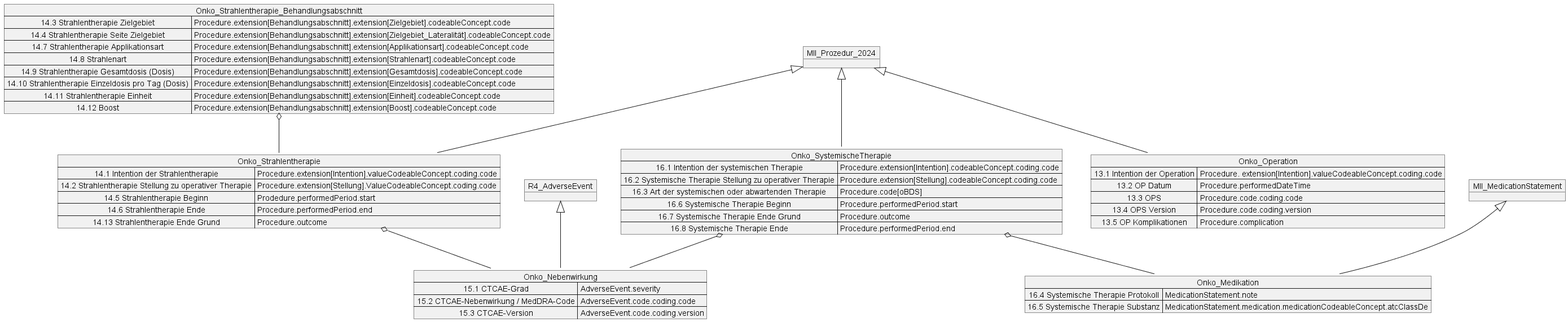
The PlantUML diagram information_model/MII_Onko_13-16_Prozeduren.png in medizininformatik-initiative/kerndatensatzmodul-onkologie, before a commit. Its diagram source:
```plantuml
@startuml MII KDS Erweiterungsmodul Onkologie
object MII_Prozedur_2024
Map Onko_Operation {
13.1 Intention der Operation => Procedure. extension[Intention].valueCodeableConcept.coding.code
13.2 OP Datum => Procedure.performedDateTime
13.3 OPS => Procedure.code.coding.code
13.4 OPS Version=> Procedure.code.coding.version
13.5 OP Komplikationen => Procedure.complication
}
Map Onko_Strahlentherapie {
14.1 Intention der Strahlentherapie => Procedure.extension[Intention].valueCodeableConcept.coding.code
14.2 Strahlentherapie Stellung zu operativer Therapie => Procedure.extension[Stellung].ValueCodeableConcept.coding.code

14.5 Strahlentherapie Beginn => Prodedure.performedPeriod.start
14.6 Strahlentherapie Ende =>Procedure.performedPeriod.end
14.13 Strahlentherapie Ende Grund => Procedure.outcome
}

Map Onko_Strahlentherapie_Behandlungsabschnitt {
14.3 Strahlentherapie Zielgebiet => Procedure.extension[Behandlungsabschnitt].extension[Zielgebiet].codeableConcept.code
14.4 Strahlentherapie Seite Zielgebiet => Procedure.extension[Behandlungsabschnitt].extension[Zielgebiet_Lateralität].codeableConcept.code
14.7 Strahlentherapie Applikationsart => Procedure.extension[Behandlungsabschnitt].extension[Applikationsart].codeableConcept.code
14.8 Strahlenart => Procedure.extension[Behandlungsabschnitt].extension[Strahlenart].codeableConcept.code
14.9 Strahlentherapie Gesamtdosis (Dosis) => Procedure.extension[Behandlungsabschnitt].extension[Gesamtdosis].codeableConcept.code
14.10 Strahlentherapie Einzeldosis pro Tag (Dosis) =>Procedure.extension[Behandlungsabschnitt].extension[Einzeldosis].codeableConcept.code
14.11 Strahlentherapie Einheit =>Procedure.extension[Behandlungsabschnitt].extension[Einheit].codeableConcept.code
14.12 Boost=>Procedure.extension[Behandlungsabschnitt].extension[Boost].codeableConcept.code
}

Onko_Strahlentherapie_Behandlungsabschnitt o--Onko_Strahlentherapie

Map Onko_SystemischeTherapie {
16.1 Intention der systemischen Therapie => Procedure.extension[Intention].codeableConcept.coding.code
16.2 Systemische Therapie Stellung zu operativer Therapie => Procedure.extension[Stellung].codeableConcept.coding.code
16.3 Art der systemischen oder abwartenden Therapie => Procedure.code[oBDS]
16.6 Systemische Therapie Beginn => Procedure.performedPeriod.start

16.7 Systemische Therapie Ende Grund => Procedure.outcome

16.8 Systemische Therapie Ende => Procedure.performedPeriod.end
}

Map Onko_Medikation {

16.4 Systemische Therapie Protokoll => MedicationStatement.note

16.5 Systemische Therapie Substanz => MedicationStatement.medication.medicationCodeableConcept.atcClassDe

}
object MII_MedicationStatement
MII_MedicationStatement <|-- Onko_Medikation
Onko_SystemischeTherapie o-- Onko_Medikation

MII_Prozedur_2024 <|-- Onko_Operation
MII_Prozedur_2024 <|-- Onko_Strahlentherapie
MII_Prozedur_2024 <|-- Onko_SystemischeTherapie

object R4_AdverseEvent

Map Onko_Nebenwirkung {
    15.1 CTCAE-Grad => AdverseEvent.severity
    15.2 CTCAE-Nebenwirkung / MedDRA-Code => AdverseEvent.code.coding.code
    15.3 CTCAE-Version => AdverseEvent.code.coding.version
}
R4_AdverseEvent <|-- Onko_Nebenwirkung


Onko_Strahlentherapie o-- Onko_Nebenwirkung
Onko_SystemischeTherapie o-- Onko_Nebenwirkung

@enduml
```
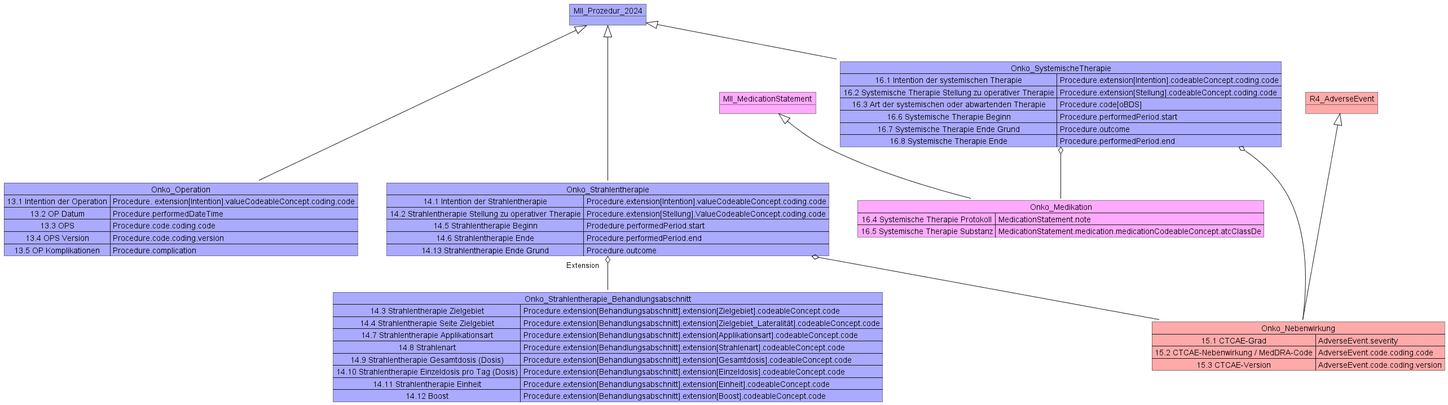
After the change.

Diff of the diagram source:
```diff
@@ -1,13 +1,13 @@
 @startuml MII KDS Erweiterungsmodul Onkologie
-object MII_Prozedur_2024
-Map Onko_Operation {
+object MII_Prozedur_2024 #AAAAFF
+Map Onko_Operation #AAAAFF{
 13.1 Intention der Operation => Procedure. extension[Intention].valueCodeableConcept.coding.code
 13.2 OP Datum => Procedure.performedDateTime
 13.3 OPS => Procedure.code.coding.code
 13.4 OPS Version=> Procedure.code.coding.version
 13.5 OP Komplikationen => Procedure.complication
 }
-Map Onko_Strahlentherapie {
+Map Onko_Strahlentherapie #AAAAFF{
 14.1 Intention der Strahlentherapie => Procedure.extension[Intention].valueCodeableConcept.coding.code
 14.2 Strahlentherapie Stellung zu operativer Therapie => Procedure.extension[Stellung].ValueCodeableConcept.coding.code
 
@@ -16,7 +16,7 @@
 14.13 Strahlentherapie Ende Grund => Procedure.outcome
 }
 
-Map Onko_Strahlentherapie_Behandlungsabschnitt {
+Map Onko_Strahlentherapie_Behandlungsabschnitt #AAAAFF{
 14.3 Strahlentherapie Zielgebiet => Procedure.extension[Behandlungsabschnitt].extension[Zielgebiet].codeableConcept.code
 14.4 Strahlentherapie Seite Zielgebiet => Procedure.extension[Behandlungsabschnitt].extension[Zielgebiet_Lateralität].codeableConcept.code
 14.7 Strahlentherapie Applikationsart => Procedure.extension[Behandlungsabschnitt].extension[Applikationsart].codeableConcept.code
@@ -27,9 +27,9 @@
 14.12 Boost=>Procedure.extension[Behandlungsabschnitt].extension[Boost].codeableConcept.code
 }
 
-Onko_Strahlentherapie_Behandlungsabschnitt o--Onko_Strahlentherapie
+Onko_Strahlentherapie "Extension   " o-- Onko_Strahlentherapie_Behandlungsabschnitt
 
-Map Onko_SystemischeTherapie {
+Map Onko_SystemischeTherapie #AAAAFF{
 16.1 Intention der systemischen Therapie => Procedure.extension[Intention].codeableConcept.coding.code
 16.2 Systemische Therapie Stellung zu operativer Therapie => Procedure.extension[Stellung].codeableConcept.coding.code
 16.3 Art der systemischen oder abwartenden Therapie => Procedure.code[oBDS]
@@ -40,29 +40,29 @@
 16.8 Systemische Therapie Ende => Procedure.performedPeriod.end
 }
 
-Map Onko_Medikation {
+Map Onko_Medikation #FFAAFF{
 
 16.4 Systemische Therapie Protokoll => MedicationStatement.note
 
 16.5 Systemische Therapie Substanz => MedicationStatement.medication.medicationCodeableConcept.atcClassDe
 
 }
-object MII_MedicationStatement
+object MII_MedicationStatement #FFAAFF
 MII_MedicationStatement <|-- Onko_Medikation
 Onko_SystemischeTherapie o-- Onko_Medikation
 
-MII_Prozedur_2024 <|-- Onko_Operation
-MII_Prozedur_2024 <|-- Onko_Strahlentherapie
+MII_Prozedur_2024 <|--- Onko_Operation
+MII_Prozedur_2024 <|--- Onko_Strahlentherapie
 MII_Prozedur_2024 <|-- Onko_SystemischeTherapie
 
-object R4_AdverseEvent
+object R4_AdverseEvent #FFAAAA
 
-Map Onko_Nebenwirkung {
+Map Onko_Nebenwirkung #FFAAAA{
     15.1 CTCAE-Grad => AdverseEvent.severity
     15.2 CTCAE-Nebenwirkung / MedDRA-Code => AdverseEvent.code.coding.code
     15.3 CTCAE-Version => AdverseEvent.code.coding.version
 }
-R4_AdverseEvent <|-- Onko_Nebenwirkung
+R4_AdverseEvent <|--- Onko_Nebenwirkung
 
 
 Onko_Strahlentherapie o-- Onko_Nebenwirkung
```
